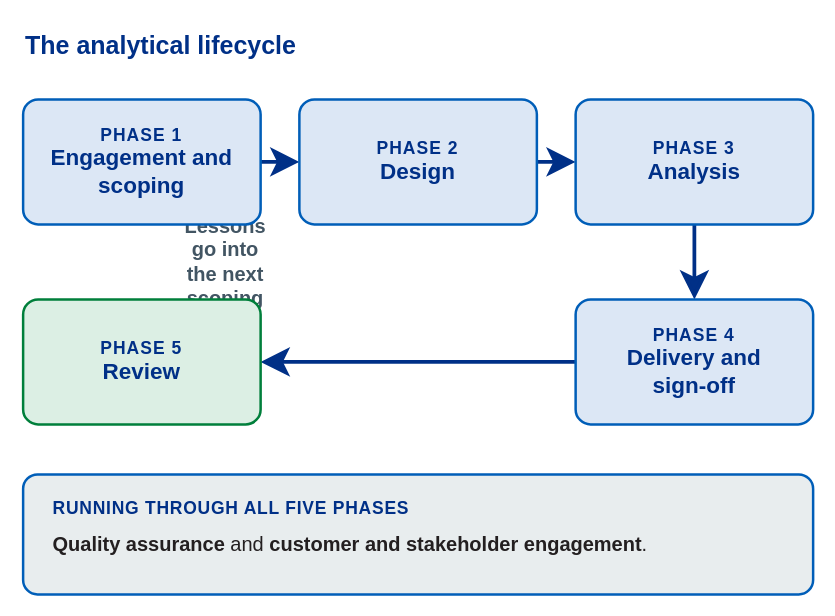
The draw.io diagram static/diagrams/01-analytical-lifecycle.drawio in nhsbsa-data-analytics/nhsbsa-quality-analysis-playbook, before the edit. Source tidied: cells renumbered, new cells numbered last; positions are measured from the earlier drawing's top-left corner, leaving out a move shared by most shapes. Both pictures are drawn from the tidied source at 125%, with x=0, y=0 at pixel (22, 21).
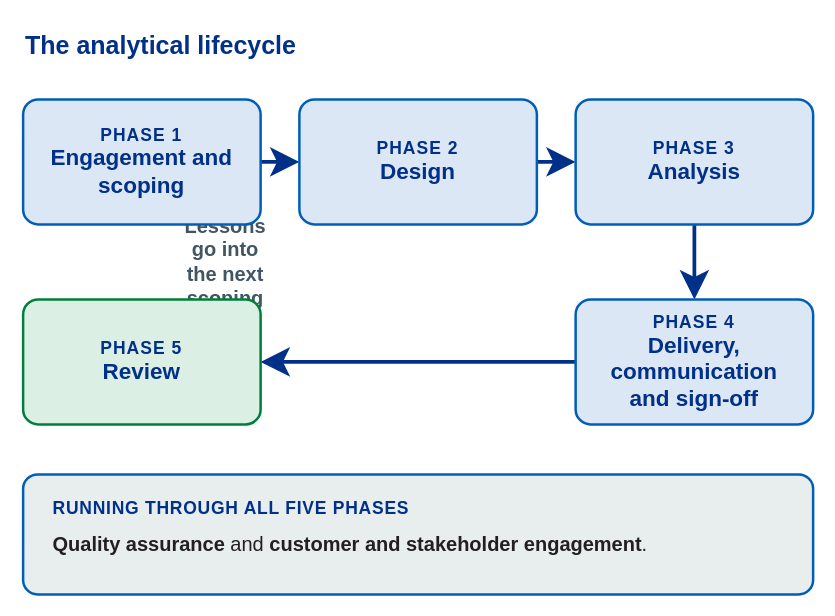
Above is the later version.

Diff of the diagram source:
```diff
@@
 <mxGraphModel background="#FFFFFF">
   <root>
     <mxCell id="0" />
     <mxCell id="1" parent="0" />
     <mxCell id="2" style="edgeStyle=orthogonalEdgeStyle;rounded=1;html=1;whiteSpace=wrap;strokeColor=#003087;strokeWidth=3;dashed=0;endArrow=classic;startArrow=none;fontFamily=Arial;fontSize=16;fontStyle=1;fontColor=#425563;jumpStyle=arc;jumpSize=8;exitX=1;exitY=0.5;exitDx=0;exitDy=0;entryX=0;entryY=0.5;entryDx=0;entryDy=0;endSize=14;" parent="1" edge="1" source="8" target="9">
       <mxGeometry relative="1" as="geometry" />
     </mxCell>
     <mxCell id="3" style="edgeStyle=orthogonalEdgeStyle;rounded=1;html=1;whiteSpace=wrap;strokeColor=#003087;strokeWidth=3;dashed=0;endArrow=classic;startArrow=none;fontFamily=Arial;fontSize=16;fontStyle=1;fontColor=#425563;jumpStyle=arc;jumpSize=8;exitX=1;exitY=0.5;exitDx=0;exitDy=0;entryX=0;entryY=0.5;entryDx=0;entryDy=0;endSize=14;" parent="1" edge="1" source="9" target="10">
       <mxGeometry relative="1" as="geometry" />
     </mxCell>
     <mxCell id="4" style="edgeStyle=orthogonalEdgeStyle;rounded=1;html=1;whiteSpace=wrap;strokeColor=#003087;strokeWidth=3;dashed=0;endArrow=classic;startArrow=none;fontFamily=Arial;fontSize=16;fontStyle=1;fontColor=#425563;jumpStyle=arc;jumpSize=8;exitX=0.5;exitY=1;exitDx=0;exitDy=0;entryX=0.5;entryY=0;entryDx=0;entryDy=0;endSize=14;" parent="1" edge="1" source="10" target="11">
       <mxGeometry relative="1" as="geometry" />
     </mxCell>
     <mxCell id="5" style="edgeStyle=orthogonalEdgeStyle;rounded=1;html=1;whiteSpace=wrap;strokeColor=#003087;strokeWidth=3;dashed=0;endArrow=classic;startArrow=none;fontFamily=Arial;fontSize=16;fontStyle=1;fontColor=#425563;jumpStyle=arc;jumpSize=8;exitX=0;exitY=0.5;exitDx=0;exitDy=0;entryX=1;entryY=0.5;entryDx=0;entryDy=0;endSize=14;" parent="1" edge="1" source="11" target="12">
       <mxGeometry relative="1" as="geometry" />
     </mxCell>
     <mxCell id="6" value="Lessons go into the next scoping" style="edgeStyle=orthogonalEdgeStyle;rounded=1;html=1;whiteSpace=wrap;strokeColor=#007F3B;strokeWidth=3;dashed=0;endArrow=classic;startArrow=none;fontFamily=Arial;fontSize=16;fontStyle=1;fontColor=#425563;jumpStyle=arc;jumpSize=8;exitX=0.85;exitY=0;exitDx=0;exitDy=0;entryX=0.85;entryY=1;entryDx=0;entryDy=0;endSize=14;" parent="1" edge="1" source="12" target="8">
       <mxGeometry relative="1" as="geometry" />
     </mxCell>
     <mxCell id="7" value="&lt;div style=&quot;text-align:center&quot;&gt;&lt;b style=&quot;font-size:20px;color:#003087&quot;&gt;The analytical lifecycle&lt;/b&gt;&lt;/div&gt;" style="html=1;whiteSpace=wrap;align=left;verticalAlign=top;fontFamily=Arial;fontSize=11;fontColor=#231F20;strokeColor=none;fillColor=none;" parent="1" vertex="1">
       <mxGeometry width="632" height="32" as="geometry" />
     </mxCell>
     <mxCell id="8" value="&lt;div style=&quot;text-align:center;text-wrap:balance&quot;&gt;&lt;b style=&quot;font-size:14px;color:#003087;letter-spacing:0.8px&quot;&gt;PHASE 1&lt;/b&gt;&lt;br&gt;&lt;b style=&quot;font-size:18px;color:#003087&quot;&gt;Engagement and scoping&lt;/b&gt;&lt;/div&gt;" style="rounded=1;whiteSpace=wrap;html=1;fillColor=#DCE7F5;strokeColor=#005EB8;fontColor=#231F20;fontFamily=Arial;fontSize=11;fontStyle=0;align=center;verticalAlign=middle;dashed=0;spacingLeft=14;spacingRight=14;arcSize=12;strokeWidth=2;" parent="1" vertex="1">
       <mxGeometry y="62" width="190" height="100" as="geometry" />
     </mxCell>
     <mxCell id="9" value="&lt;div style=&quot;text-align:center;text-wrap:balance&quot;&gt;&lt;b style=&quot;font-size:14px;color:#003087;letter-spacing:0.8px&quot;&gt;PHASE 2&lt;/b&gt;&lt;br&gt;&lt;b style=&quot;font-size:18px;color:#003087&quot;&gt;Design&lt;/b&gt;&lt;/div&gt;" style="rounded=1;whiteSpace=wrap;html=1;fillColor=#DCE7F5;strokeColor=#005EB8;fontColor=#231F20;fontFamily=Arial;fontSize=11;fontStyle=0;align=center;verticalAlign=middle;dashed=0;spacingLeft=14;spacingRight=14;arcSize=12;strokeWidth=2;" parent="1" vertex="1">
       <mxGeometry x="221" y="62" width="190" height="100" as="geometry" />
     </mxCell>
     <mxCell id="10" value="&lt;div style=&quot;text-align:center;text-wrap:balance&quot;&gt;&lt;b style=&quot;font-size:14px;color:#003087;letter-spacing:0.8px&quot;&gt;PHASE 3&lt;/b&gt;&lt;br&gt;&lt;b style=&quot;font-size:18px;color:#003087&quot;&gt;Analysis&lt;/b&gt;&lt;/div&gt;" style="rounded=1;whiteSpace=wrap;html=1;fillColor=#DCE7F5;strokeColor=#005EB8;fontColor=#231F20;fontFamily=Arial;fontSize=11;fontStyle=0;align=center;verticalAlign=middle;dashed=0;spacingLeft=14;spacingRight=14;arcSize=12;strokeWidth=2;" parent="1" vertex="1">
       <mxGeometry x="442" y="62" width="190" height="100" as="geometry" />
     </mxCell>
-    <mxCell id="11" value="&lt;div style=&quot;text-align:center;text-wrap:balance&quot;&gt;&lt;b style=&quot;font-size:14px;color:#003087;letter-spacing:0.8px&quot;&gt;PHASE 4&lt;/b&gt;&lt;br&gt;&lt;b style=&quot;font-size:18px;color:#003087&quot;&gt;Delivery and&lt;br&gt;sign-off&lt;/b&gt;&lt;/div&gt;" style="rounded=1;whiteSpace=wrap;html=1;fillColor=#DCE7F5;strokeColor=#005EB8;fontColor=#231F20;fontFamily=Arial;fontSize=11;fontStyle=0;align=center;verticalAlign=middle;dashed=0;spacingLeft=14;spacingRight=14;arcSize=12;strokeWidth=2;" parent="1" vertex="1">
+    <mxCell id="11" value="&lt;div style=&quot;text-align:center;text-wrap:balance&quot;&gt;&lt;b style=&quot;font-size:14px;color:#003087;letter-spacing:0.8px&quot;&gt;PHASE 4&lt;/b&gt;&lt;br&gt;&lt;b style=&quot;font-size:18px;color:#003087&quot;&gt;Delivery,&lt;br&gt;communication&lt;br&gt;and sign-off&lt;/b&gt;&lt;/div&gt;" style="rounded=1;whiteSpace=wrap;html=1;fillColor=#DCE7F5;strokeColor=#005EB8;fontColor=#231F20;fontFamily=Arial;fontSize=11;fontStyle=0;align=center;verticalAlign=middle;dashed=0;spacingLeft=14;spacingRight=14;arcSize=12;strokeWidth=2;" parent="1" vertex="1">
       <mxGeometry x="442" y="222" width="190" height="100" as="geometry" />
     </mxCell>
     <mxCell id="12" value="&lt;div style=&quot;text-align:center;text-wrap:balance&quot;&gt;&lt;b style=&quot;font-size:14px;color:#003087;letter-spacing:0.8px&quot;&gt;PHASE 5&lt;/b&gt;&lt;br&gt;&lt;b style=&quot;font-size:18px;color:#003087&quot;&gt;Review&lt;/b&gt;&lt;/div&gt;" style="rounded=1;whiteSpace=wrap;html=1;fillColor=#DCEFE4;strokeColor=#007F3B;fontColor=#231F20;fontFamily=Arial;fontSize=11;fontStyle=0;align=center;verticalAlign=middle;dashed=0;spacingLeft=14;spacingRight=14;arcSize=12;strokeWidth=2;" parent="1" vertex="1">
       <mxGeometry y="222" width="190" height="100" as="geometry" />
     </mxCell>
     <mxCell id="13" style="rounded=1;whiteSpace=wrap;html=1;fillColor=#E8EDEE;strokeColor=#005EB8;fontColor=#231F20;fontFamily=Arial;fontSize=11;fontStyle=0;align=center;verticalAlign=middle;dashed=0;spacingLeft=8;spacingRight=8;arcSize=12;strokeWidth=2;" parent="1" vertex="1">
       <mxGeometry y="362" width="632" height="96" as="geometry" />
     </mxCell>
     <mxCell id="14" value="&lt;b style=&quot;font-size:14px;color:#003087;letter-spacing:0.6px&quot;&gt;RUNNING THROUGH ALL FIVE PHASES&lt;/b&gt;" style="html=1;whiteSpace=wrap;align=left;verticalAlign=top;fontFamily=Arial;fontSize=11;fontColor=#231F20;strokeColor=none;fillColor=none;" parent="1" vertex="1">
       <mxGeometry x="22" y="374" width="588" height="22" as="geometry" />
     </mxCell>
     <mxCell id="15" value="&lt;span style=&quot;font-size:16px;color:#231F20&quot;&gt;&lt;b&gt;Quality assurance&lt;/b&gt; and &lt;b&gt;customer and stakeholder engagement&lt;/b&gt;.&lt;/span&gt;" style="html=1;whiteSpace=wrap;align=left;verticalAlign=top;fontFamily=Arial;fontSize=11;fontColor=#231F20;strokeColor=none;fillColor=none;" parent="1" vertex="1">
       <mxGeometry x="22" y="402" width="588" height="48" as="geometry" />
     </mxCell>
   </root>
 </mxGraphModel>
```
